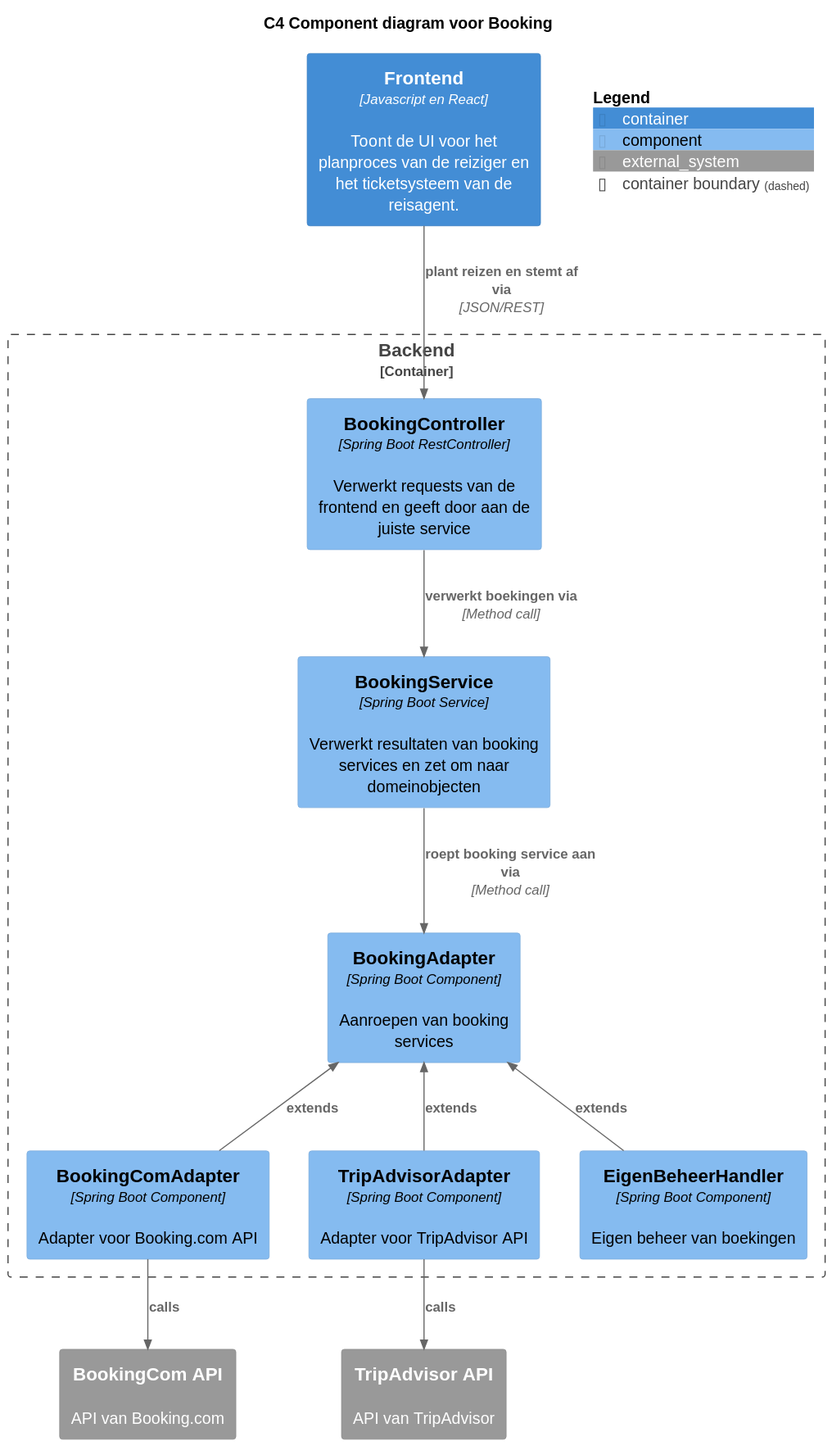
This is software-guidebook/sgb-bestanden/ontwerpvragen/Modifiability - Component diagram.svg from AIM-ENE-feb25/triptop-groep-4-jochem-roald-stijn-a, a PlantUML export, as it was before one commit.
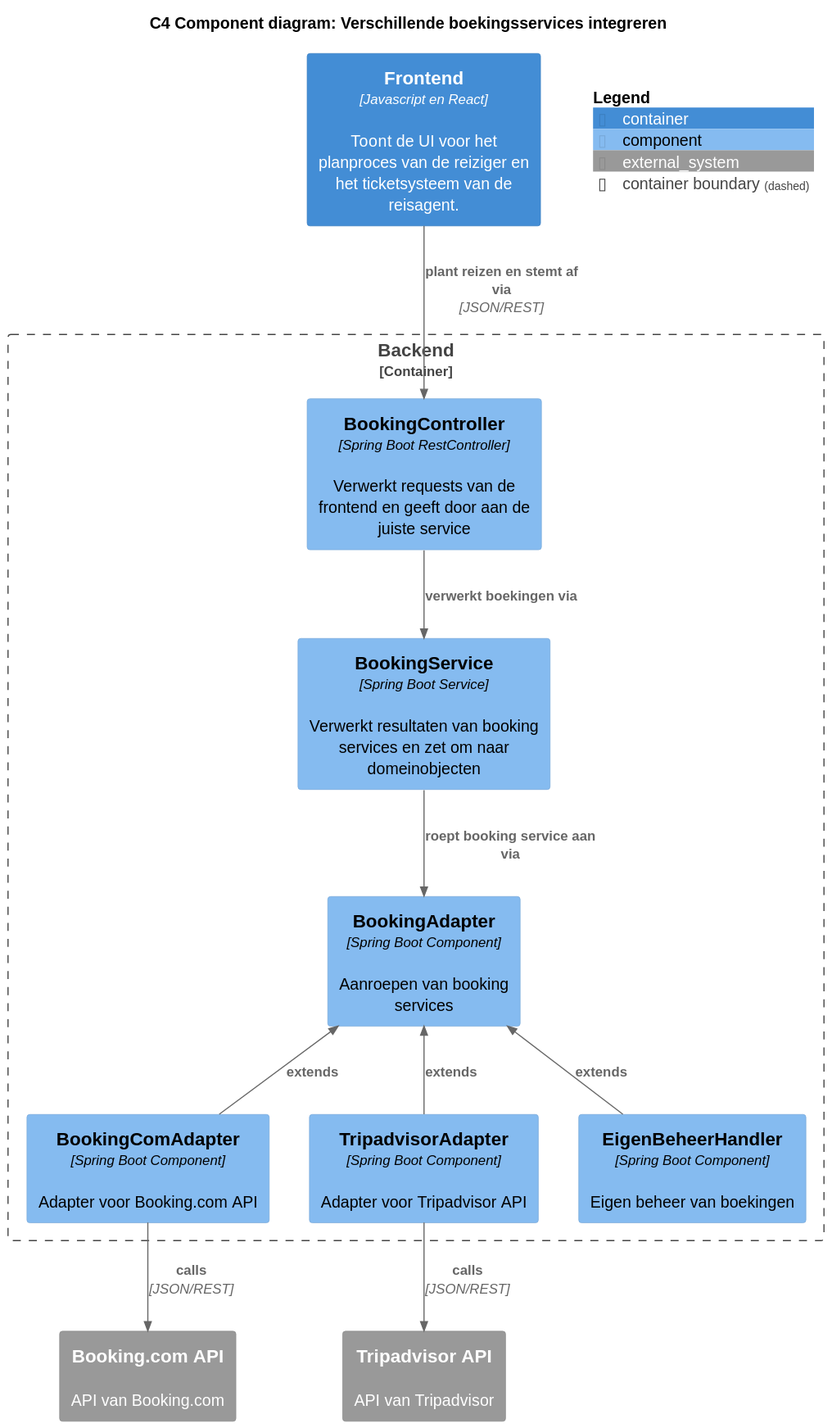
The same file after the commit.

What changed in the source:
```diff
@@ -1,5 +1,5 @@
 @startuml
-title C4 Component diagram voor Booking
+title C4 Component diagram: Verschillende boekingsservices integreren
 !include <C4/C4_Component.puml>
 top to bottom direction
 
@@ -12,20 +12,20 @@
 Component(bookingService, "BookingService", "Spring Boot Service", "Verwerkt resultaten van booking services en zet om naar domeinobjecten")
 Component(bookingAdapter, "BookingAdapter", "Spring Boot Component", "Aanroepen van booking services")
 Component(BookingComAdapter, "BookingComAdapter", "Spring Boot Component", "Adapter voor Booking.com API")
-Component(tripAdvisorAdapter, "TripAdvisorAdapter", "Spring Boot Component", "Adapter voor TripAdvisor API")
+Component(tripAdvisorAdapter, "TripadvisorAdapter", "Spring Boot Component", "Adapter voor Tripadvisor API")
 Component(eigenBeheerHandler, "EigenBeheerHandler", "Spring Boot Component", "Eigen beheer van boekingen")
 }
-System_Ext(bookingComApi, "BookingCom API", "API van Booking.com")
-System_Ext(tripAdvisorApi, "TripAdvisor API", "API van TripAdvisor")
+System_Ext(bookingComApi, "Booking.com API", "API van Booking.com")
+System_Ext(tripAdvisorApi, "Tripadvisor API", "API van Tripadvisor")
 
 Rel(Frontend, bookingController, "plant reizen en stemt af via", "JSON/REST")
-Rel(bookingController, bookingService, "verwerkt boekingen via", "Method call")
-Rel(bookingService, bookingAdapter, "roept booking service aan via", "Method call")
+Rel(bookingController, bookingService, "verwerkt boekingen via")
+Rel(bookingService, bookingAdapter, "roept booking service aan via")
 Rel_U(BookingComAdapter, bookingAdapter, "extends")
 Rel_U(tripAdvisorAdapter, bookingAdapter, "extends")
 Rel_U(eigenBeheerHandler, bookingAdapter, "extends")
-Rel(BookingComAdapter, bookingComApi, "calls")
-Rel(tripAdvisorAdapter, tripAdvisorApi, "calls")
+Rel(BookingComAdapter, bookingComApi, "calls", "JSON/REST")
+Rel(tripAdvisorAdapter, tripAdvisorApi, "calls", "JSON/REST")
 
 
 SHOW_FLOATING_LEGEND()
```
